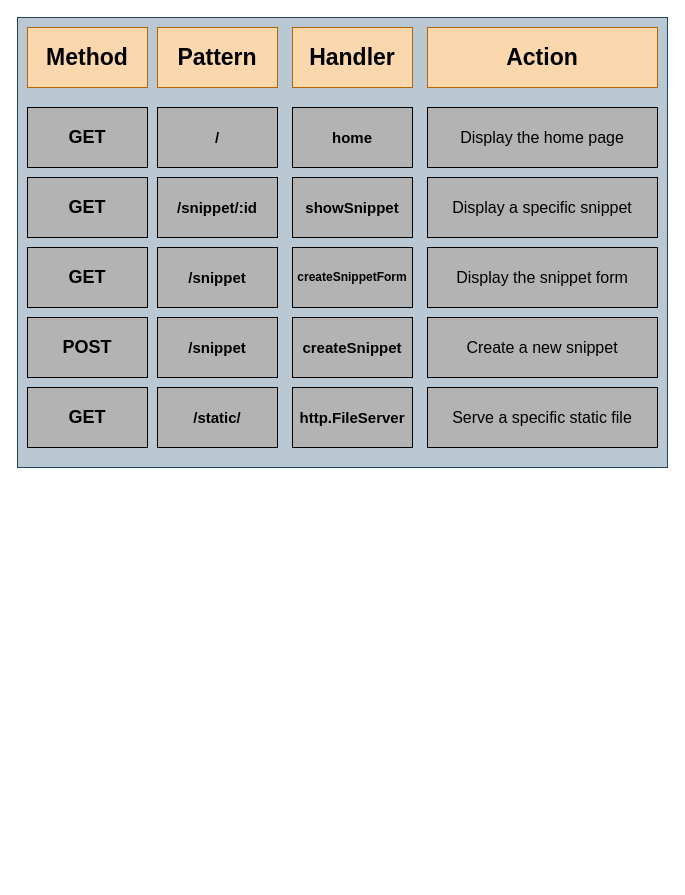
This is AppRoutes.drawio from mroobert/snippetbox, a draw.io file, before an edit. Source tidied: cells renumbered, new cells numbered last; positions are measured from the earlier drawing's top-left corner, leaving out a move shared by most shapes. Both pictures are drawn from the tidied source at 100%, with x=0, y=0 at pixel (17, 17).
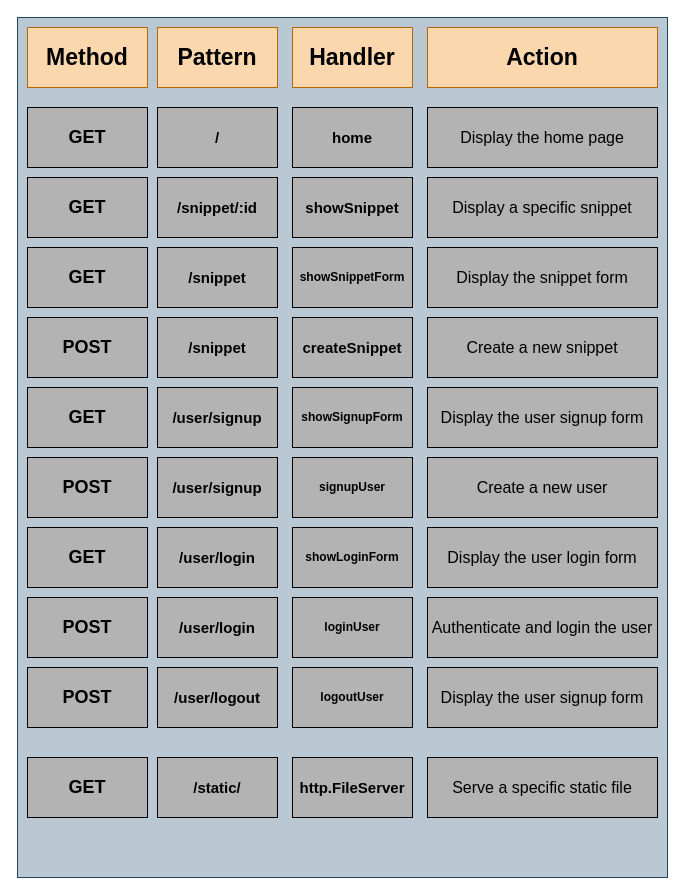
The same page after the edit.

Diff of the diagram source:
```diff
@@
     <mxCell id="2" style="rounded=0;whiteSpace=wrap;html=1;fillColor=#bac8d3;strokeColor=#23445d;" parent="1" vertex="1">
-      <mxGeometry width="650" height="450" as="geometry" />
+      <mxGeometry width="650" height="860" as="geometry" />
     </mxCell>
@@
     <mxCell id="11" value="&lt;b style=&quot;color: rgb(0 , 0 , 0) ; font-size: 18px&quot;&gt;GET&lt;/b&gt;" style="rounded=0;whiteSpace=wrap;html=1;fillColor=#B3B3B3;" parent="1" vertex="1">
-      <mxGeometry x="10" y="370" width="120" height="60" as="geometry" />
+      <mxGeometry x="10" y="740" width="120" height="60" as="geometry" />
     </mxCell>
@@
     <mxCell id="18" value="&lt;b style=&quot;color: rgb(0 , 0 , 0) ; font-size: 15px&quot;&gt;/static/&lt;/b&gt;" style="rounded=0;whiteSpace=wrap;html=1;fillColor=#B3B3B3;" parent="1" vertex="1">
-      <mxGeometry x="140" y="370" width="120" height="60" as="geometry" />
+      <mxGeometry x="140" y="740" width="120" height="60" as="geometry" />
     </mxCell>
@@
-    <mxCell id="20" value="&lt;font color=&quot;#000000&quot; size=&quot;1&quot;&gt;&lt;b style=&quot;font-size: 12px&quot;&gt;createSnippetForm&lt;/b&gt;&lt;/font&gt;" style="rounded=0;whiteSpace=wrap;html=1;fillColor=#B3B3B3;" parent="1" vertex="1">
+    <mxCell id="20" value="&lt;font color=&quot;#000000&quot; size=&quot;1&quot;&gt;&lt;b style=&quot;font-size: 12px&quot;&gt;showSnippetForm&lt;/b&gt;&lt;/font&gt;" style="rounded=0;whiteSpace=wrap;html=1;fillColor=#B3B3B3;" parent="1" vertex="1">
       <mxGeometry x="275" y="230" width="120" height="60" as="geometry" />
     </mxCell>
@@
     <mxCell id="22" value="&lt;font color=&quot;#000000&quot; size=&quot;1&quot;&gt;&lt;b style=&quot;font-size: 15px&quot;&gt;http.FileServer&lt;/b&gt;&lt;/font&gt;" style="rounded=0;whiteSpace=wrap;html=1;fillColor=#B3B3B3;" parent="1" vertex="1">
-      <mxGeometry x="275" y="370" width="120" height="60" as="geometry" />
+      <mxGeometry x="275" y="740" width="120" height="60" as="geometry" />
     </mxCell>
@@
     <mxCell id="26" value="&lt;span style=&quot;font-size: 16px ; text-align: left&quot;&gt;&lt;font color=&quot;#000000&quot;&gt;Serve a specific static file&lt;/font&gt;&lt;/span&gt;" style="rounded=0;whiteSpace=wrap;html=1;fillColor=#B3B3B3;" parent="1" vertex="1">
-      <mxGeometry x="410" y="370" width="230" height="60" as="geometry" />
+      <mxGeometry x="410" y="740" width="230" height="60" as="geometry" />
     </mxCell>
+    <mxCell id="27" value="&lt;font color=&quot;#000000&quot;&gt;&lt;span style=&quot;font-size: 18px&quot;&gt;&lt;b&gt;GET&lt;/b&gt;&lt;/span&gt;&lt;/font&gt;" style="rounded=0;whiteSpace=wrap;html=1;fillColor=#B3B3B3;" parent="1" vertex="1">
+      <mxGeometry x="10" y="370" width="120" height="60" as="geometry" />
+    </mxCell>
+    <mxCell id="28" value="&lt;font color=&quot;#000000&quot;&gt;&lt;span style=&quot;font-size: 18px&quot;&gt;&lt;b&gt;POST&lt;/b&gt;&lt;/span&gt;&lt;/font&gt;" style="rounded=0;whiteSpace=wrap;html=1;fillColor=#B3B3B3;" parent="1" vertex="1">
+      <mxGeometry x="10" y="440" width="120" height="60" as="geometry" />
+    </mxCell>
+    <mxCell id="29" value="&lt;font color=&quot;#000000&quot;&gt;&lt;span style=&quot;font-size: 18px&quot;&gt;&lt;b&gt;GET&lt;/b&gt;&lt;/span&gt;&lt;/font&gt;" style="rounded=0;whiteSpace=wrap;html=1;fillColor=#B3B3B3;" parent="1" vertex="1">
+      <mxGeometry x="10" y="510" width="120" height="60" as="geometry" />
+    </mxCell>
+    <mxCell id="30" value="&lt;font color=&quot;#000000&quot;&gt;&lt;span style=&quot;font-size: 18px&quot;&gt;&lt;b&gt;POST&lt;/b&gt;&lt;/span&gt;&lt;/font&gt;" style="rounded=0;whiteSpace=wrap;html=1;fillColor=#B3B3B3;" parent="1" vertex="1">
+      <mxGeometry x="10" y="580" width="120" height="60" as="geometry" />
+    </mxCell>
+    <mxCell id="31" value="&lt;font color=&quot;#000000&quot;&gt;&lt;span style=&quot;font-size: 18px&quot;&gt;&lt;b&gt;POST&lt;/b&gt;&lt;/span&gt;&lt;/font&gt;" style="rounded=0;whiteSpace=wrap;html=1;fillColor=#B3B3B3;" parent="1" vertex="1">
+      <mxGeometry x="10" y="650" width="120" height="60" as="geometry" />
+    </mxCell>
+    <mxCell id="32" value="&lt;b style=&quot;color: rgb(0 , 0 , 0) ; font-size: 15px&quot;&gt;/user/signup&lt;/b&gt;" style="rounded=0;whiteSpace=wrap;html=1;fillColor=#B3B3B3;" parent="1" vertex="1">
+      <mxGeometry x="140" y="370" width="120" height="60" as="geometry" />
+    </mxCell>
+    <mxCell id="33" value="&lt;font color=&quot;#000000&quot; size=&quot;1&quot;&gt;&lt;b style=&quot;font-size: 12px&quot;&gt;showSignupForm&lt;/b&gt;&lt;/font&gt;" style="rounded=0;whiteSpace=wrap;html=1;fillColor=#B3B3B3;" parent="1" vertex="1">
+      <mxGeometry x="275" y="370" width="120" height="60" as="geometry" />
+    </mxCell>
+    <mxCell id="34" value="&lt;span style=&quot;font-size: 16px ; text-align: left&quot;&gt;&lt;font color=&quot;#000000&quot;&gt;Display the user signup form&lt;/font&gt;&lt;/span&gt;" style="rounded=0;whiteSpace=wrap;html=1;fillColor=#B3B3B3;" parent="1" vertex="1">
+      <mxGeometry x="410" y="370" width="230" height="60" as="geometry" />
+    </mxCell>
+    <mxCell id="35" value="&lt;b style=&quot;color: rgb(0 , 0 , 0) ; font-size: 15px&quot;&gt;/user/signup&lt;/b&gt;" style="rounded=0;whiteSpace=wrap;html=1;fillColor=#B3B3B3;" parent="1" vertex="1">
+      <mxGeometry x="140" y="440" width="120" height="60" as="geometry" />
+    </mxCell>
+    <mxCell id="36" value="&lt;b style=&quot;color: rgb(0 , 0 , 0) ; font-size: 15px&quot;&gt;/user/login&lt;/b&gt;" style="rounded=0;whiteSpace=wrap;html=1;fillColor=#B3B3B3;" parent="1" vertex="1">
+      <mxGeometry x="140" y="510" width="120" height="60" as="geometry" />
+    </mxCell>
+    <mxCell id="37" value="&lt;b style=&quot;color: rgb(0 , 0 , 0) ; font-size: 15px&quot;&gt;/user/login&lt;/b&gt;" style="rounded=0;whiteSpace=wrap;html=1;fillColor=#B3B3B3;" parent="1" vertex="1">
+      <mxGeometry x="140" y="580" width="120" height="60" as="geometry" />
+    </mxCell>
+    <mxCell id="38" value="&lt;b style=&quot;color: rgb(0 , 0 , 0) ; font-size: 15px&quot;&gt;/user/logout&lt;/b&gt;" style="rounded=0;whiteSpace=wrap;html=1;fillColor=#B3B3B3;" parent="1" vertex="1">
+      <mxGeometry x="140" y="650" width="120" height="60" as="geometry" />
+    </mxCell>
+    <mxCell id="39" value="&lt;font color=&quot;#000000&quot; size=&quot;1&quot;&gt;&lt;b style=&quot;font-size: 12px&quot;&gt;signupUser&lt;/b&gt;&lt;/font&gt;" style="rounded=0;whiteSpace=wrap;html=1;fillColor=#B3B3B3;" parent="1" vertex="1">
+      <mxGeometry x="275" y="440" width="120" height="60" as="geometry" />
+    </mxCell>
+    <mxCell id="40" value="&lt;font color=&quot;#000000&quot;&gt;&lt;b&gt;showLoginForm&lt;/b&gt;&lt;/font&gt;" style="rounded=0;whiteSpace=wrap;html=1;fillColor=#B3B3B3;" parent="1" vertex="1">
+      <mxGeometry x="275" y="510" width="120" height="60" as="geometry" />
+    </mxCell>
+    <mxCell id="41" value="&lt;font color=&quot;#000000&quot; size=&quot;1&quot;&gt;&lt;b style=&quot;font-size: 12px&quot;&gt;loginUser&lt;/b&gt;&lt;/font&gt;" style="rounded=0;whiteSpace=wrap;html=1;fillColor=#B3B3B3;" parent="1" vertex="1">
+      <mxGeometry x="275" y="580" width="120" height="60" as="geometry" />
+    </mxCell>
+    <mxCell id="42" value="&lt;font color=&quot;#000000&quot; size=&quot;1&quot;&gt;&lt;b style=&quot;font-size: 12px&quot;&gt;logoutUser&lt;/b&gt;&lt;/font&gt;" style="rounded=0;whiteSpace=wrap;html=1;fillColor=#B3B3B3;" parent="1" vertex="1">
+      <mxGeometry x="275" y="650" width="120" height="60" as="geometry" />
+    </mxCell>
+    <mxCell id="43" value="&lt;span style=&quot;font-size: 16px ; text-align: left&quot;&gt;&lt;font color=&quot;#000000&quot;&gt;Create a new user&lt;/font&gt;&lt;/span&gt;" style="rounded=0;whiteSpace=wrap;html=1;fillColor=#B3B3B3;" parent="1" vertex="1">
+      <mxGeometry x="410" y="440" width="230" height="60" as="geometry" />
+    </mxCell>
+    <mxCell id="44" value="&lt;span style=&quot;font-size: 16px ; text-align: left&quot;&gt;&lt;font color=&quot;#000000&quot;&gt;Display the user login form&lt;/font&gt;&lt;/span&gt;" style="rounded=0;whiteSpace=wrap;html=1;fillColor=#B3B3B3;" parent="1" vertex="1">
+      <mxGeometry x="410" y="510" width="230" height="60" as="geometry" />
+    </mxCell>
+    <mxCell id="45" value="&lt;div style=&quot;text-align: left&quot;&gt;&lt;span style=&quot;font-size: 16px&quot;&gt;&lt;font color=&quot;#000000&quot;&gt;Authenticate and login the user&lt;/font&gt;&lt;/span&gt;&lt;/div&gt;" style="rounded=0;whiteSpace=wrap;html=1;fillColor=#B3B3B3;" parent="1" vertex="1">
+      <mxGeometry x="410" y="580" width="230" height="60" as="geometry" />
+    </mxCell>
+    <mxCell id="46" value="&lt;span style=&quot;font-size: 16px ; text-align: left&quot;&gt;&lt;font color=&quot;#000000&quot;&gt;Display the user signup form&lt;/font&gt;&lt;/span&gt;" style="rounded=0;whiteSpace=wrap;html=1;fillColor=#B3B3B3;" parent="1" vertex="1">
+      <mxGeometry x="410" y="650" width="230" height="60" as="geometry" />
+    </mxCell>
```
